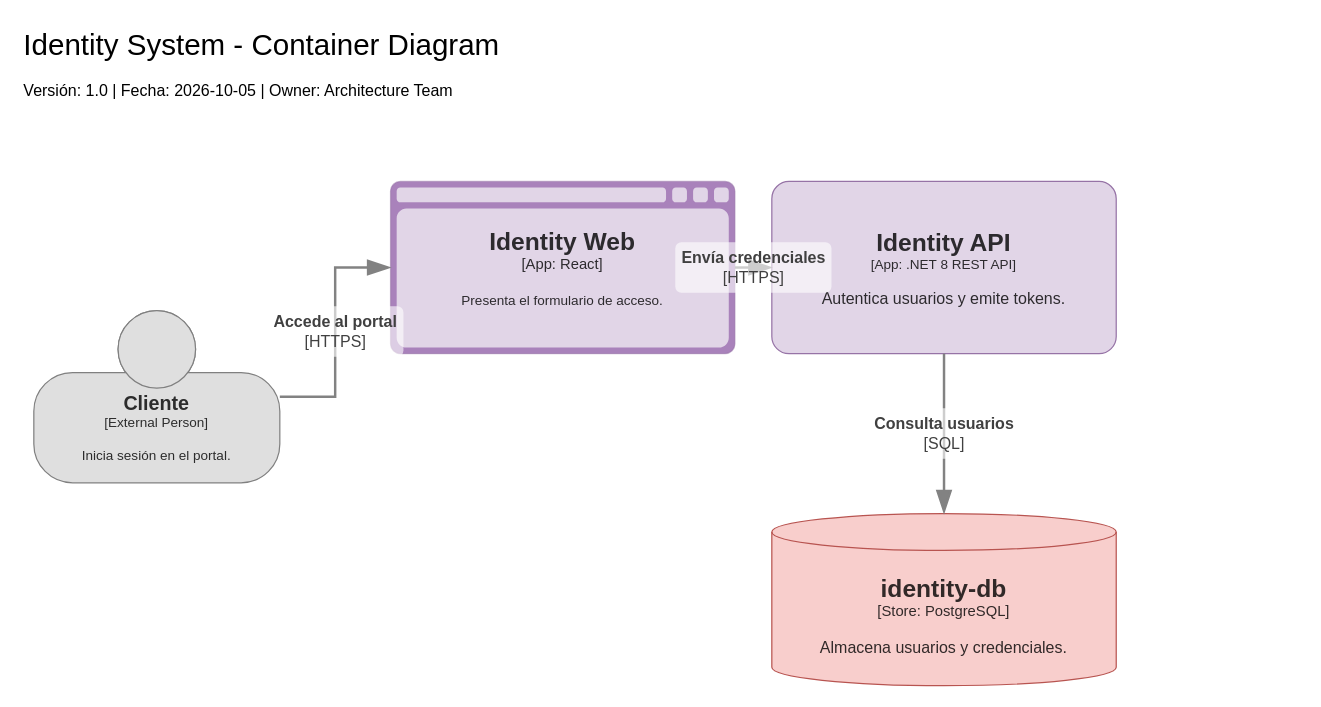
Before: examples/identity-container.drawio in jclemente-tlm/tlm-doc-diagram-standards, a draw.io diagram. Source tidied: cells renumbered, new cells numbered last; positions are measured from the earlier drawing's top-left corner, leaving out a move shared by most shapes. Both pictures are drawn from the tidied source at 123%, with x=0, y=0 at pixel (21, 21).
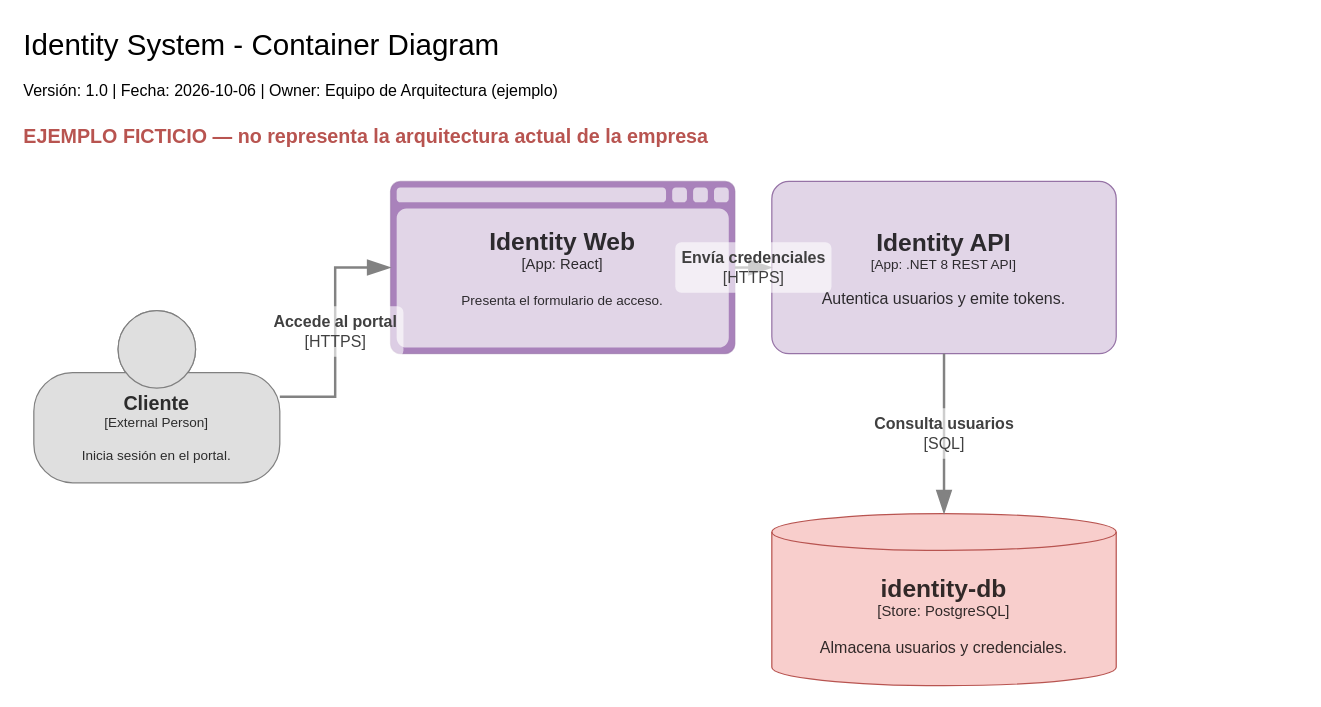
After the change.

The edit, as a diff of the source:
```diff
@@
 <mxGraphModel>
   <root>
     <mxCell id="0" />
     <mxCell id="1" parent="0" />
     <mxCell id="2" value="Identity System - Container Diagram" style="text;html=1;align=left;verticalAlign=middle;whiteSpace=wrap;rounded=0;fontSize=24;fontFamily=Arial;" parent="1" vertex="1">
       <mxGeometry width="600" height="40" as="geometry" />
     </mxCell>
-    <mxCell id="3" value="Versión: 1.0  |  Fecha: 2026-10-05  |  Owner: Architecture Team" style="text;html=1;align=left;verticalAlign=middle;whiteSpace=wrap;rounded=0;fontSize=13;fontFamily=Arial;" parent="1" vertex="1">
+    <mxCell id="3" value="Versión: 1.0  |  Fecha: 2026-10-06  |  Owner: Equipo de Arquitectura (ejemplo)" style="text;html=1;align=left;verticalAlign=middle;whiteSpace=wrap;rounded=0;fontSize=13;fontFamily=Arial;" parent="1" vertex="1">
       <mxGeometry y="42" width="760" height="28" as="geometry" />
     </mxCell>
     <object id="4" label="&lt;font style=&quot;font-size: 16px&quot;&gt;&lt;b&gt;%c4Name%&lt;/b&gt;&lt;/font&gt;&lt;div&gt;[%c4Type%]&lt;/div&gt;&lt;br&gt;&lt;div&gt;&lt;font style=&quot;font-size: 11px&quot;&gt;&lt;font&gt;%c4Description%&lt;/font&gt;&lt;/font&gt;&lt;/div&gt;" c4Description="Inicia sesión en el portal." c4Name="Cliente" c4Type="External Person" placeholders="1">
       <mxCell style="html=1;fontSize=11;dashed=0;whiteSpace=wrap;fillColor=#DFDFDF;strokeColor=#808080;shape=mxgraph.c4.person2;align=center;points=[[0.5,0,0],[1,0.5,0],[1,0.75,0],[0.75,1,0],[0.5,1,0],[0.25,1,0],[0,0.75,0],[0,0.5,0]];textOpacity=80;" parent="1" vertex="1">
         <mxGeometry x="10" y="235" width="200" height="140" as="geometry" />
       </mxCell>
     </object>
     <object id="5" label="&lt;font style=&quot;font-size: 20px&quot;&gt;&lt;b&gt;%c4Name%&lt;/b&gt;&lt;/font&gt;&lt;div&gt;[%c4Type%:&amp;nbsp;%c4Technology%]&lt;/div&gt;&lt;br&gt;&lt;div&gt;&lt;font style=&quot;font-size: 11px&quot;&gt;&lt;font&gt;%c4Description%&lt;/font&gt;&lt;/div&gt;" c4Description="Presenta el formulario de acceso." c4Name="Identity Web" c4Technology="React" c4Type="App" placeholders="1">
       <mxCell style="shape=mxgraph.c4.webBrowserContainer2;whiteSpace=wrap;html=1;boundedLbl=1;rounded=0;labelBackgroundColor=none;strokeColor=none;fillColor=#E1D5E7;strokeColor=#A982BB;strokeColor2=#9673A6;fontSize=12;align=center;points=[[0.5,0,0],[1,0.25,0],[1,0.5,0],[1,0.75,0],[0.5,1,0],[0,0.75,0],[0,0.5,0],[0,0.25,0]];portConstraintRotation=0;noLabel=0;overflow=visible;strokeOpacity=50;backgroundOutline=0;enumerate=0;textOpacity=80;spacingTop=10;spacingBottom=10;spacingLeft=10;spacingRight=10;" parent="1" vertex="1">
         <mxGeometry x="300" y="130" width="280" height="140" as="geometry" />
       </mxCell>
     </object>
     <object id="6" label="&lt;font style=&quot;font-size: 20px&quot;&gt;&lt;b&gt;%c4Name%&lt;/b&gt;&lt;/font&gt;&lt;div&gt;[%c4Type%: %c4Technology%]&lt;/div&gt;&lt;br&gt;&lt;div&gt;&lt;font style=&quot;font-size: 13px&quot;&gt;&lt;font&gt;%c4Description%&lt;/font&gt;&lt;/div&gt;" c4Description="Autentica usuarios y emite tokens." c4Name="Identity API" c4Technology=".NET 8 REST API" c4Type="App" placeholders="1">
       <mxCell style="rounded=1;html=1;fontSize=11;labelBackgroundColor=none;fillColor=#e1d5e7;align=center;arcSize=10;points=[[0.25,0,0],[0.5,0,0],[0.75,0,0],[1,0.25,0],[1,0.5,0],[1,0.75,0],[0.75,1,0],[0.5,1,0],[0.25,1,0],[0,0.75,0],[0,0.5,0],[0,0.25,0]];strokeColor=#9673a6;strokeWidth=1;spacingLeft=10;spacingRight=10;spacingBottom=10;spacingTop=10;whiteSpace=wrap;textOpacity=80;" parent="1" vertex="1">
         <mxGeometry x="610" y="130" width="280" height="140" as="geometry" />
       </mxCell>
     </object>
     <object id="7" label="&lt;font style=&quot;font-size: 20px&quot;&gt;&lt;b&gt;%c4Name%&lt;/b&gt;&lt;/font&gt;&lt;div&gt;[%c4Type%:&amp;nbsp;%c4Technology%]&lt;/div&gt;&lt;br&gt;&lt;div&gt;&lt;font style=&quot;font-size: 13px&quot;&gt;&lt;font&gt;%c4Description%&lt;/font&gt;&lt;/div&gt;" c4Description="Almacena usuarios y credenciales." c4Name="identity-db" c4Technology="PostgreSQL" c4Type="Store" placeholders="1">
       <mxCell style="shape=cylinder3;size=15;whiteSpace=wrap;html=1;boundedLbl=1;rounded=0;labelBackgroundColor=none;fillColor=#f8cecc;fontSize=12;align=center;strokeColor=#b85450;points=[[0.5,0,0],[1,0.25,0],[1,0.5,0],[1,0.75,0],[0.5,1,0],[0,0.75,0],[0,0.5,0],[0,0.25,0]];strokeWidth=1;textOpacity=80;spacingTop=10;spacingBottom=10;spacingLeft=10;spacingRight=10;" parent="1" vertex="1">
         <mxGeometry x="610" y="400" width="280" height="140" as="geometry" />
       </mxCell>
     </object>
     <object id="8" label="&lt;div style=&quot;padding: 5px; background-color: rgba(255, 255, 255, 0.6); border-radius: 5px; text-align: left;&quot;&gt;&lt;div style=&quot;text-align: center&quot;&gt;&lt;b&gt;%c4Description%&lt;/b&gt;&lt;/div&gt;&lt;div style=&quot;text-align: center&quot;&gt;[%c4Technology%]&lt;/div&gt;&lt;/div&gt;" c4Description="Accede al portal" c4Technology="HTTPS" placeholders="1">
       <mxCell style="endArrow=blockThin;html=1;fontSize=13;fontColor=#404040;strokeWidth=2;endFill=1;strokeColor=#828282;elbow=vertical;endSize=14;startSize=14;jumpStyle=arc;jumpSize=16;rounded=0;edgeStyle=orthogonalEdgeStyle;labelBackgroundColor=none;" parent="1" edge="1" source="4" target="5">
         <mxGeometry relative="1" as="geometry" />
       </mxCell>
     </object>
     <object id="9" label="&lt;div style=&quot;padding: 5px; background-color: rgba(255, 255, 255, 0.6); border-radius: 5px; text-align: left;&quot;&gt;&lt;div style=&quot;text-align: center&quot;&gt;&lt;b&gt;%c4Description%&lt;/b&gt;&lt;/div&gt;&lt;div style=&quot;text-align: center&quot;&gt;[%c4Technology%]&lt;/div&gt;&lt;/div&gt;" c4Description="Envía credenciales" c4Technology="HTTPS" placeholders="1">
       <mxCell style="endArrow=blockThin;html=1;fontSize=13;fontColor=#404040;strokeWidth=2;endFill=1;strokeColor=#828282;elbow=vertical;endSize=14;startSize=14;jumpStyle=arc;jumpSize=16;rounded=0;edgeStyle=orthogonalEdgeStyle;labelBackgroundColor=none;" parent="1" edge="1" source="5" target="6">
         <mxGeometry relative="1" as="geometry" />
       </mxCell>
     </object>
     <object id="10" label="&lt;div style=&quot;padding: 5px; background-color: rgba(255, 255, 255, 0.6); border-radius: 5px; text-align: left;&quot;&gt;&lt;div style=&quot;text-align: center&quot;&gt;&lt;b&gt;%c4Description%&lt;/b&gt;&lt;/div&gt;&lt;div style=&quot;text-align: center&quot;&gt;[%c4Technology%]&lt;/div&gt;&lt;/div&gt;" c4Description="Consulta usuarios" c4Technology="SQL" placeholders="1">
       <mxCell style="endArrow=blockThin;html=1;fontSize=13;fontColor=#404040;strokeWidth=2;endFill=1;strokeColor=#828282;elbow=vertical;endSize=14;startSize=14;jumpStyle=arc;jumpSize=16;rounded=0;edgeStyle=orthogonalEdgeStyle;labelBackgroundColor=none;" parent="1" edge="1" source="6" target="7">
         <mxGeometry relative="1" as="geometry" />
       </mxCell>
     </object>
+    <mxCell id="11" value="EJEMPLO FICTICIO — no representa la arquitectura actual de la empresa" style="text;html=1;whiteSpace=wrap;align=left;verticalAlign=middle;fontFamily=Arial;fontSize=16;fontStyle=1;fontColor=#B85450;" parent="1" vertex="1">
+      <mxGeometry y="75" width="1040" height="36" as="geometry" />
+    </mxCell>
   </root>
 </mxGraphModel>
```
